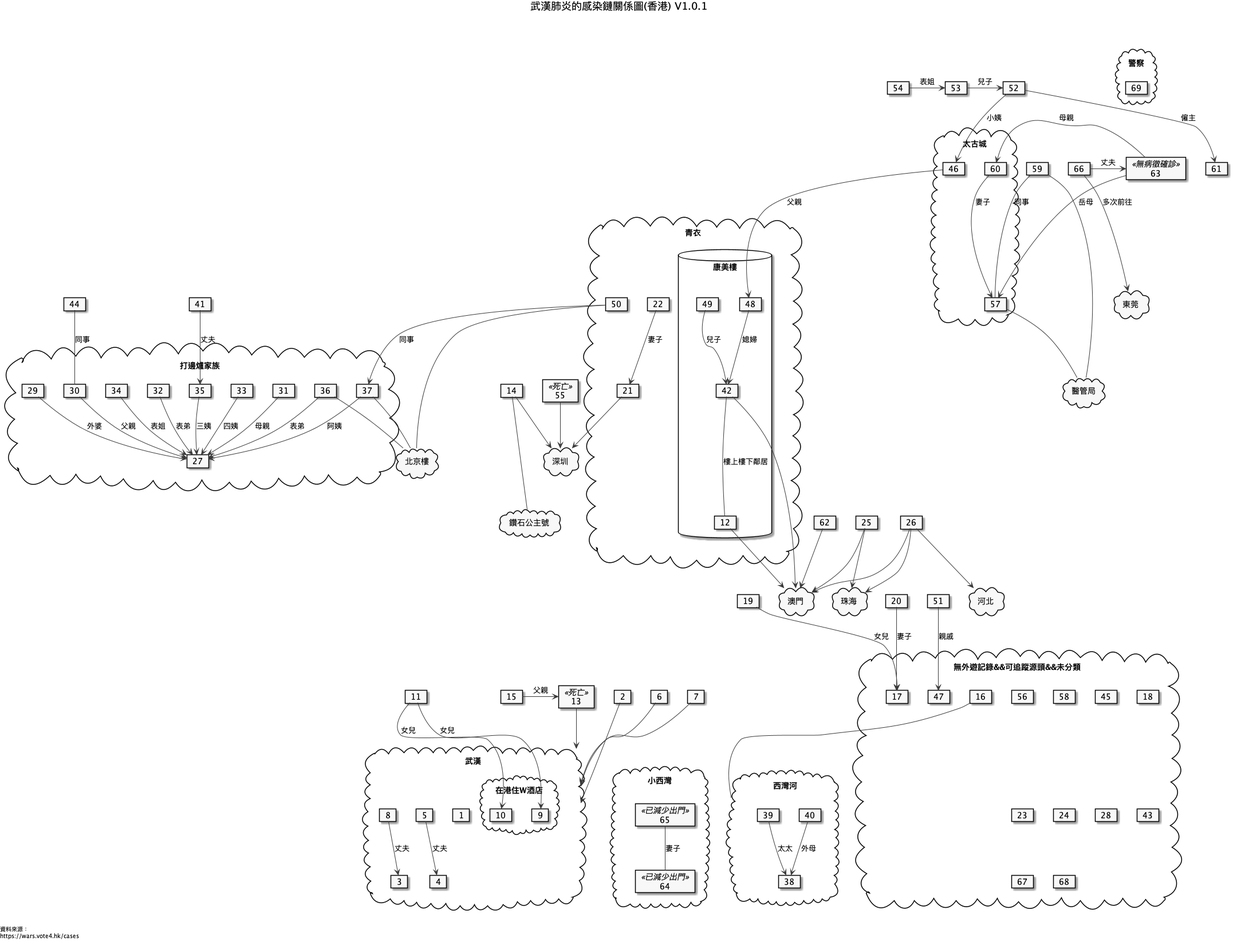
This is wuhan-virus-spread-hongkong.png from benlau/wuhan-virus-info, a PlantUML export, as it was before one commit.
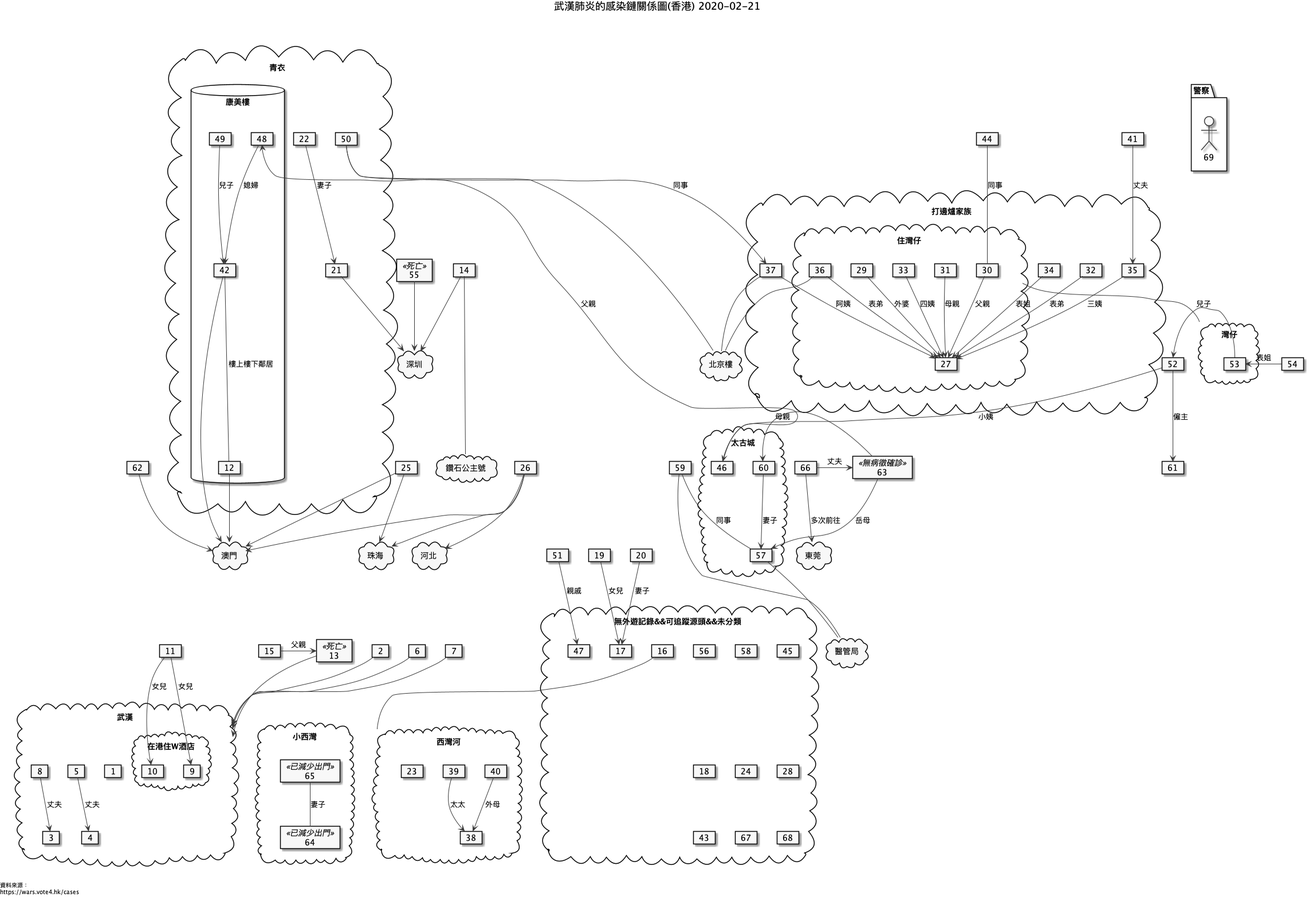
The same file after the commit.

Diff of the diagram source:
```diff
@@ -20,7 +20,7 @@
 	FontColor black
 }
 
-title 武漢肺炎的感染鏈關係圖(香港) V1.0.1\n\n
+title 武漢肺炎的感染鏈關係圖(香港) 2020-02-21\n\n
 
 cloud "深圳" as ShenZhen
 
@@ -47,6 +47,7 @@
   card 38
   card 40
   card 39
+	card 23
   39 --> 38: 太太
   40 --> 38: 外母
 }
@@ -56,22 +57,26 @@
 	card 65 <<已減少出門>>
 }
 
-cloud "警察" as Police {
-	card 69
+package "警察" as Police {
+	actor 69
 }
 
 card 41
 cloud "打邊爐家族" as HotPotFamily {
-  card 27
-  card 30
-  card 29
-  card 31
-  card 33
+
+	cloud "住灣仔" as HotPotFamilyWanChain {
+		card 27
+		card 29
+		card 30
+		card 31
+		card 33
+		card 36
+	}
+
   card 37
   card 32
   card 34
   card 35
-  card 36
   29 --> 27: 外婆
   30 --> 27: 父親
   31 --> 27: 母親
@@ -95,7 +100,6 @@
   card 16
   card 17
   card 18
-  card 23
   card 24
   card 28
   card 43
@@ -128,6 +132,10 @@
 	card 60
 }
 
+cloud "灣仔" as WanChai {
+	card 53
+}
+
 cloud "鑽石公主號" as DiamondPrincess
 
 cloud "醫管局" as HA
@@ -151,11 +159,11 @@
 card 25
 card 26
 card 54
-card 53
 card 55 <<死亡>>
 card 62
 card 63 <<無病徵確診>>
 card 66
+
 
 49 --> 42: 兒子
 46 --> 48: 父親
@@ -201,7 +209,7 @@
 65 -- 64: 妻子
 66 -> 63: 丈夫
 66 --> 東莞: 多次前往
-
+HotPotFamilyWanChain -- WanChai
 
 
 TsingYi -[hidden]------ Wuhan
```
